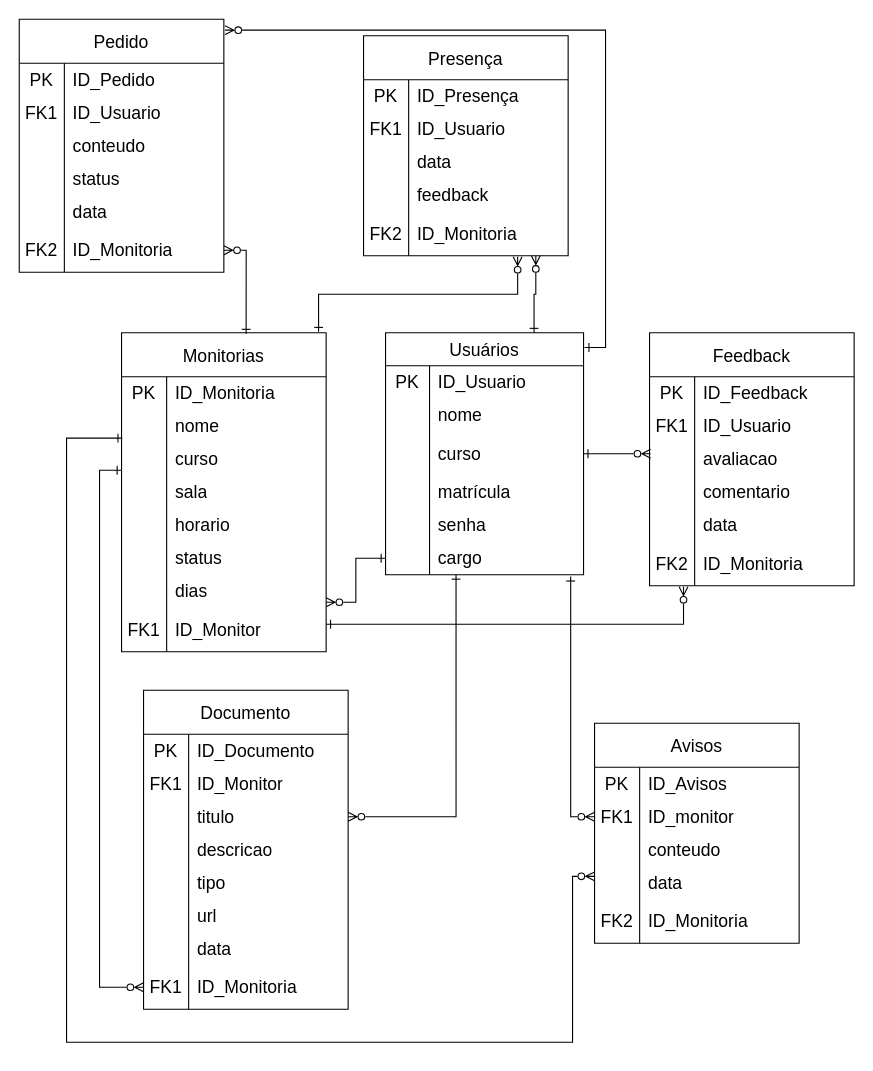
Above: Monitorrei.drawio in Arthurbart/MoniTorrei (draw.io), before the change. Source tidied: cells renumbered, new cells numbered last; positions are measured from the earlier drawing's top-left corner, leaving out a move shared by most shapes. Both pictures are drawn from the tidied source at 110%, with x=0, y=0 at pixel (19, 19).
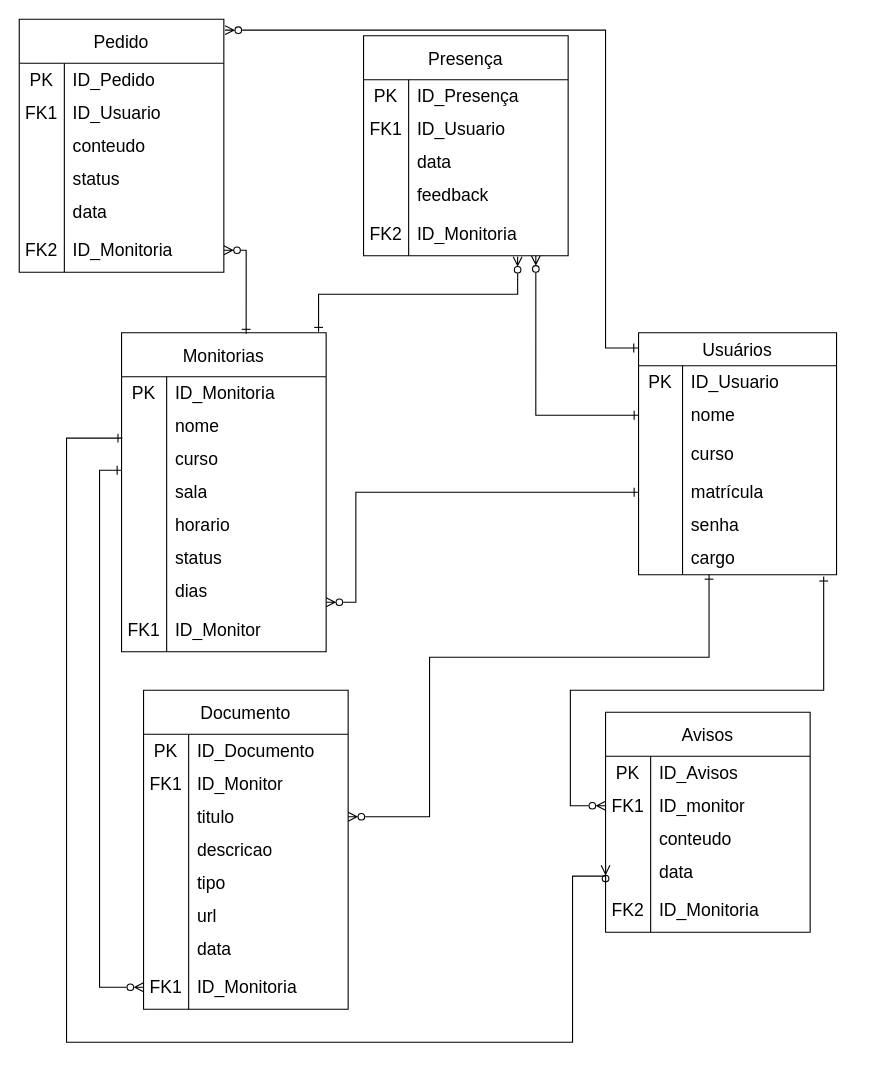
The same diagram, later.

Unchanged cells that the change refers to:
```xml
<mxCell id="6" style="shape=tableRow;horizontal=0;startSize=0;swimlaneHead=0;swimlaneBody=0;top=0;left=0;bottom=0;right=0;fillColor=none;points=[[0,0.5],[1,0.5]];portConstraint=eastwest;strokeColor=inherit;fontSize=16;" parent="2" vertex="1">
  <mxGeometry y="60" width="180" height="30" as="geometry" />
</mxCell>
<mxCell id="9" style="shape=tableRow;horizontal=0;startSize=0;swimlaneHead=0;swimlaneBody=0;top=0;left=0;bottom=0;right=0;fillColor=none;points=[[0,0.5],[1,0.5]];portConstraint=eastwest;strokeColor=inherit;fontSize=16;" parent="2" vertex="1">
  <mxGeometry y="90" width="180" height="40" as="geometry" />
</mxCell>
<mxCell id="12" style="shape=tableRow;horizontal=0;startSize=0;swimlaneHead=0;swimlaneBody=0;top=0;left=0;bottom=0;right=0;fillColor=none;points=[[0,0.5],[1,0.5]];portConstraint=eastwest;strokeColor=inherit;fontSize=16;" parent="2" vertex="1">
  <mxGeometry y="130" width="180" height="30" as="geometry" />
</mxCell>
<mxCell id="18" style="shape=tableRow;horizontal=0;startSize=0;swimlaneHead=0;swimlaneBody=0;top=0;left=0;bottom=0;right=0;fillColor=none;points=[[0,0.5],[1,0.5]];portConstraint=eastwest;strokeColor=inherit;fontSize=16;" parent="2" vertex="1">
  <mxGeometry y="190" width="180" height="30" as="geometry" />
</mxCell>
<mxCell id="53" style="shape=tableRow;horizontal=0;startSize=0;swimlaneHead=0;swimlaneBody=0;top=0;left=0;bottom=0;right=0;fillColor=none;points=[[0,0.5],[1,0.5]];portConstraint=eastwest;strokeColor=inherit;fontSize=16;" parent="46" vertex="1">
  <mxGeometry y="100" width="186" height="30" as="geometry" />
</mxCell>
<mxCell id="103" style="shape=tableRow;horizontal=0;startSize=0;swimlaneHead=0;swimlaneBody=0;top=0;left=0;bottom=0;right=0;fillColor=none;points=[[0,0.5],[1,0.5]];portConstraint=eastwest;strokeColor=inherit;fontSize=16;" parent="90" vertex="1">
  <mxGeometry y="160" width="186" height="40" as="geometry" />
</mxCell>
<mxCell id="110" style="shape=tableRow;horizontal=0;startSize=0;swimlaneHead=0;swimlaneBody=0;top=0;left=0;bottom=0;right=0;fillColor=none;points=[[0,0.5],[1,0.5]];portConstraint=eastwest;strokeColor=inherit;fontSize=16;" parent="106" vertex="1">
  <mxGeometry y="70" width="186" height="30" as="geometry" />
</mxCell>
<mxCell id="122" value="Pedido" style="shape=table;startSize=40;childLayout=tableLayout;rowLines=0;fontStyle=0;strokeColor=default;fontSize=16;" parent="1" vertex="1">
  <mxGeometry width="186" height="230" as="geometry" />
</mxCell>
```

Diff of the diagram source:
```diff
@@
     <mxCell id="2" value="Usuários" style="shape=table;startSize=30;childLayout=tableLayout;rowLines=0;fontStyle=0;strokeColor=default;fontSize=16;" parent="1" vertex="1">
-      <mxGeometry x="333" y="285" width="180" height="220" as="geometry" />
+      <mxGeometry x="563" y="285" width="180" height="220" as="geometry" />
     </mxCell>
@@
-    <mxCell id="71" value="Feedback" style="shape=table;startSize=40;childLayout=tableLayout;rowLines=0;fontStyle=0;strokeColor=default;fontSize=16;" parent="1" vertex="1">
-      <mxGeometry x="573" y="285" width="186" height="230" as="geometry" />
-    </mxCell>
-    <mxCell id="72" style="shape=tableRow;horizontal=0;startSize=0;swimlaneHead=0;swimlaneBody=0;top=0;left=0;bottom=0;right=0;fillColor=none;strokeColor=inherit;fontSize=16;" parent="71" vertex="1">
-      <mxGeometry y="40" width="186" height="30" as="geometry" />
-    </mxCell>
-    <mxCell id="73" value="PK" style="shape=partialRectangle;html=1;whiteSpace=wrap;fillColor=none;top=0;left=0;bottom=0;right=0;overflow=hidden;strokeColor=inherit;fontSize=16;" parent="72" vertex="1">
-      <mxGeometry width="41" height="30" as="geometry" />
-    </mxCell>
-    <mxCell id="74" value="ID_Feedback" style="shape=partialRectangle;html=1;whiteSpace=wrap;fillColor=none;top=0;left=0;bottom=0;right=0;align=left;spacingLeft=6;overflow=hidden;strokeColor=inherit;fontSize=16;" parent="72" vertex="1">
-      <mxGeometry x="41" width="145" height="30" as="geometry" />
-    </mxCell>
-    <mxCell id="75" style="shape=tableRow;horizontal=0;startSize=0;swimlaneHead=0;swimlaneBody=0;top=0;left=0;bottom=0;right=0;fillColor=none;strokeColor=inherit;fontSize=16;" parent="71" vertex="1">
-      <mxGeometry y="70" width="186" height="30" as="geometry" />
-    </mxCell>
-    <mxCell id="76" value="FK1" style="shape=partialRectangle;html=1;whiteSpace=wrap;fillColor=none;top=0;left=0;bottom=0;right=0;overflow=hidden;strokeColor=inherit;fontSize=16;" parent="75" vertex="1">
-      <mxGeometry width="41" height="30" as="geometry" />
-    </mxCell>
-    <mxCell id="77" value="ID_Usuario" style="shape=partialRectangle;html=1;whiteSpace=wrap;fillColor=none;top=0;left=0;bottom=0;right=0;align=left;spacingLeft=6;overflow=hidden;strokeColor=inherit;fontSize=16;" parent="75" vertex="1">
-      <mxGeometry x="41" width="145" height="30" as="geometry" />
-    </mxCell>
-    <mxCell id="78" style="shape=tableRow;horizontal=0;startSize=0;swimlaneHead=0;swimlaneBody=0;top=0;left=0;bottom=0;right=0;fillColor=none;strokeColor=inherit;fontSize=16;" parent="71" vertex="1">
-      <mxGeometry y="100" width="186" height="30" as="geometry" />
-    </mxCell>
-    <mxCell id="79" style="shape=partialRectangle;html=1;whiteSpace=wrap;fillColor=none;top=0;left=0;bottom=0;right=0;overflow=hidden;strokeColor=inherit;fontSize=16;" parent="78" vertex="1">
-      <mxGeometry width="41" height="30" as="geometry" />
-    </mxCell>
-    <mxCell id="80" value="avaliacao" style="shape=partialRectangle;html=1;whiteSpace=wrap;fillColor=none;top=0;left=0;bottom=0;right=0;align=left;spacingLeft=6;overflow=hidden;strokeColor=inherit;fontSize=16;" parent="78" vertex="1">
-      <mxGeometry x="41" width="145" height="30" as="geometry" />
-    </mxCell>
-    <mxCell id="81" style="shape=tableRow;horizontal=0;startSize=0;swimlaneHead=0;swimlaneBody=0;top=0;left=0;bottom=0;right=0;fillColor=none;strokeColor=inherit;fontSize=16;" parent="71" vertex="1">
-      <mxGeometry y="130" width="186" height="30" as="geometry" />
-    </mxCell>
-    <mxCell id="82" style="shape=partialRectangle;html=1;whiteSpace=wrap;fillColor=none;top=0;left=0;bottom=0;right=0;overflow=hidden;strokeColor=inherit;fontSize=16;" parent="81" vertex="1">
-      <mxGeometry width="41" height="30" as="geometry" />
-    </mxCell>
-    <mxCell id="83" value="comentario" style="shape=partialRectangle;html=1;whiteSpace=wrap;fillColor=none;top=0;left=0;bottom=0;right=0;align=left;spacingLeft=6;overflow=hidden;strokeColor=inherit;fontSize=16;" parent="81" vertex="1">
-      <mxGeometry x="41" width="145" height="30" as="geometry" />
-    </mxCell>
-    <mxCell id="84" style="shape=tableRow;horizontal=0;startSize=0;swimlaneHead=0;swimlaneBody=0;top=0;left=0;bottom=0;right=0;fillColor=none;strokeColor=inherit;fontSize=16;" parent="71" vertex="1">
-      <mxGeometry y="160" width="186" height="30" as="geometry" />
-    </mxCell>
-    <mxCell id="85" style="shape=partialRectangle;html=1;whiteSpace=wrap;fillColor=none;top=0;left=0;bottom=0;right=0;overflow=hidden;strokeColor=inherit;fontSize=16;" parent="84" vertex="1">
-      <mxGeometry width="41" height="30" as="geometry" />
-    </mxCell>
-    <mxCell id="86" value="data" style="shape=partialRectangle;html=1;whiteSpace=wrap;fillColor=none;top=0;left=0;bottom=0;right=0;align=left;spacingLeft=6;overflow=hidden;strokeColor=inherit;fontSize=16;" parent="84" vertex="1">
-      <mxGeometry x="41" width="145" height="30" as="geometry" />
-    </mxCell>
-    <mxCell id="87" style="shape=tableRow;horizontal=0;startSize=0;swimlaneHead=0;swimlaneBody=0;top=0;left=0;bottom=0;right=0;fillColor=none;points=[[0,0.5],[1,0.5]];portConstraint=eastwest;strokeColor=inherit;fontSize=16;" parent="71" vertex="1">
-      <mxGeometry y="190" width="186" height="40" as="geometry" />
-    </mxCell>
-    <mxCell id="88" value="FK2" style="shape=partialRectangle;html=1;whiteSpace=wrap;fillColor=none;top=0;left=0;bottom=0;right=0;overflow=hidden;strokeColor=inherit;fontSize=16;" parent="87" vertex="1">
-      <mxGeometry width="41" height="40" as="geometry" />
-    </mxCell>
-    <mxCell id="89" value="ID_Monitoria" style="shape=partialRectangle;html=1;whiteSpace=wrap;fillColor=none;top=0;left=0;bottom=0;right=0;align=left;spacingLeft=6;overflow=hidden;strokeColor=inherit;fontSize=16;" parent="87" vertex="1">
-      <mxGeometry x="41" width="145" height="40" as="geometry" />
-    </mxCell>
@@
     <mxCell id="106" value="Avisos" style="shape=table;startSize=40;childLayout=tableLayout;rowLines=0;fontStyle=0;strokeColor=default;fontSize=16;" parent="1" vertex="1">
-      <mxGeometry x="523" y="640" width="186" height="200" as="geometry" />
+      <mxGeometry x="533" y="630" width="186" height="200" as="geometry" />
     </mxCell>
@@
-    <mxCell id="141" style="edgeStyle=orthogonalEdgeStyle;rounded=0;jettySize=auto;html=1;endArrow=ERone;endFill=0;startArrow=ERzeroToMany;startFill=0;" parent="1" edge="1" target="18">
+    <mxCell id="141" style="edgeStyle=orthogonalEdgeStyle;rounded=0;jettySize=auto;html=1;endArrow=ERone;endFill=0;startArrow=ERzeroToMany;startFill=0;entryX=0;entryY=0.5;entryDx=0;entryDy=0;" parent="1" edge="1" target="12">
       <mxGeometry relative="1" as="geometry">
         <mxPoint x="279" y="530" as="sourcePoint" />
         <Array as="points">
-          <mxPoint x="279" y="530" />
           <mxPoint x="306" y="530" />
-          <mxPoint x="306" y="490" />
+          <mxPoint x="306" y="430" />
         </Array>
       </mxGeometry>
     </mxCell>
-    <mxCell id="142" style="edgeStyle=orthogonalEdgeStyle;rounded=0;jettySize=auto;html=1;entryX=0.166;entryY=1.021;entryDx=0;entryDy=0;startArrow=ERone;startFill=0;endArrow=ERzeroToMany;endFill=0;entryPerimeter=0;" parent="1" edge="1" target="87">
-      <mxGeometry relative="1" as="geometry">
-        <mxPoint x="279" y="550" as="sourcePoint" />
-        <Array as="points">
-          <mxPoint x="279" y="550" />
-          <mxPoint x="604" y="550" />
-        </Array>
-      </mxGeometry>
-    </mxCell>
@@
-    <mxCell id="147" style="edgeStyle=orthogonalEdgeStyle;rounded=0;jettySize=auto;html=1;exitX=0.75;exitY=0;exitDx=0;exitDy=0;startArrow=ERone;startFill=0;endArrow=ERzeroToMany;endFill=0;entryX=0.842;entryY=1;entryDx=0;entryDy=0;entryPerimeter=0;" parent="1" edge="1" source="2" target="103">
+    <mxCell id="147" style="edgeStyle=orthogonalEdgeStyle;rounded=0;jettySize=auto;html=1;exitX=0;exitY=0.5;exitDx=0;exitDy=0;startArrow=ERone;startFill=0;endArrow=ERzeroToMany;endFill=0;entryX=0.842;entryY=1;entryDx=0;entryDy=0;entryPerimeter=0;" parent="1" edge="1" source="6" target="103">
       <mxGeometry relative="1" as="geometry" />
     </mxCell>
     <mxCell id="148" style="edgeStyle=orthogonalEdgeStyle;rounded=0;jettySize=auto;html=1;exitX=0.356;exitY=1;exitDx=0;exitDy=0;entryX=1;entryY=0.5;entryDx=0;entryDy=0;startArrow=ERone;startFill=0;endArrow=ERzeroToMany;endFill=0;exitPerimeter=0;" parent="1" edge="1" source="18" target="53">
-      <mxGeometry relative="1" as="geometry" />
+      <mxGeometry relative="1" as="geometry">
+        <Array as="points">
+          <mxPoint x="627" y="580" />
+          <mxPoint x="373" y="580" />
+          <mxPoint x="373" y="725" />
+        </Array>
+      </mxGeometry>
     </mxCell>
     <mxCell id="149" style="edgeStyle=orthogonalEdgeStyle;rounded=0;jettySize=auto;html=1;exitX=0.935;exitY=1.056;exitDx=0;exitDy=0;entryX=0;entryY=0.5;entryDx=0;entryDy=0;exitPerimeter=0;startArrow=ERone;startFill=0;endArrow=ERzeroToMany;endFill=0;" parent="1" edge="1" source="18" target="110">
       <mxGeometry relative="1" as="geometry">
         <Array as="points">
-          <mxPoint x="501" y="725" />
+          <mxPoint x="731" y="610" />
+          <mxPoint x="501" y="610" />
+          <mxPoint x="501" y="715" />
         </Array>
       </mxGeometry>
     </mxCell>
-    <mxCell id="150" style="edgeStyle=orthogonalEdgeStyle;rounded=0;jettySize=auto;html=1;startArrow=ERone;startFill=0;endArrow=ERzeroToMany;endFill=0;entryX=1.006;entryY=0.043;entryDx=0;entryDy=0;entryPerimeter=0;exitX=1.005;exitY=0.061;exitDx=0;exitDy=0;exitPerimeter=0;" parent="1" edge="1" source="2" target="122">
+    <mxCell id="150" style="edgeStyle=orthogonalEdgeStyle;rounded=0;jettySize=auto;html=1;startArrow=ERone;startFill=0;endArrow=ERzeroToMany;endFill=0;entryX=1.006;entryY=0.043;entryDx=0;entryDy=0;entryPerimeter=0;exitX=-0.002;exitY=0.063;exitDx=0;exitDy=0;exitPerimeter=0;" parent="1" edge="1" source="2" target="122">
       <mxGeometry relative="1" as="geometry">
         <Array as="points">
-          <mxPoint x="533" y="298" />
+          <mxPoint x="533" y="299" />
           <mxPoint x="533" y="10" />
         </Array>
       </mxGeometry>
     </mxCell>
-    <mxCell id="151" style="edgeStyle=orthogonalEdgeStyle;rounded=0;jettySize=auto;html=1;exitX=1;exitY=0.5;exitDx=0;exitDy=0;startArrow=ERone;startFill=0;endArrow=ERzeroToMany;endFill=0;" parent="1" edge="1" source="9">
-      <mxGeometry relative="1" as="geometry">
-        <mxPoint x="574" y="395" as="targetPoint" />
-        <Array as="points">
-          <mxPoint x="574" y="395" />
-        </Array>
-      </mxGeometry>
-    </mxCell>
```
